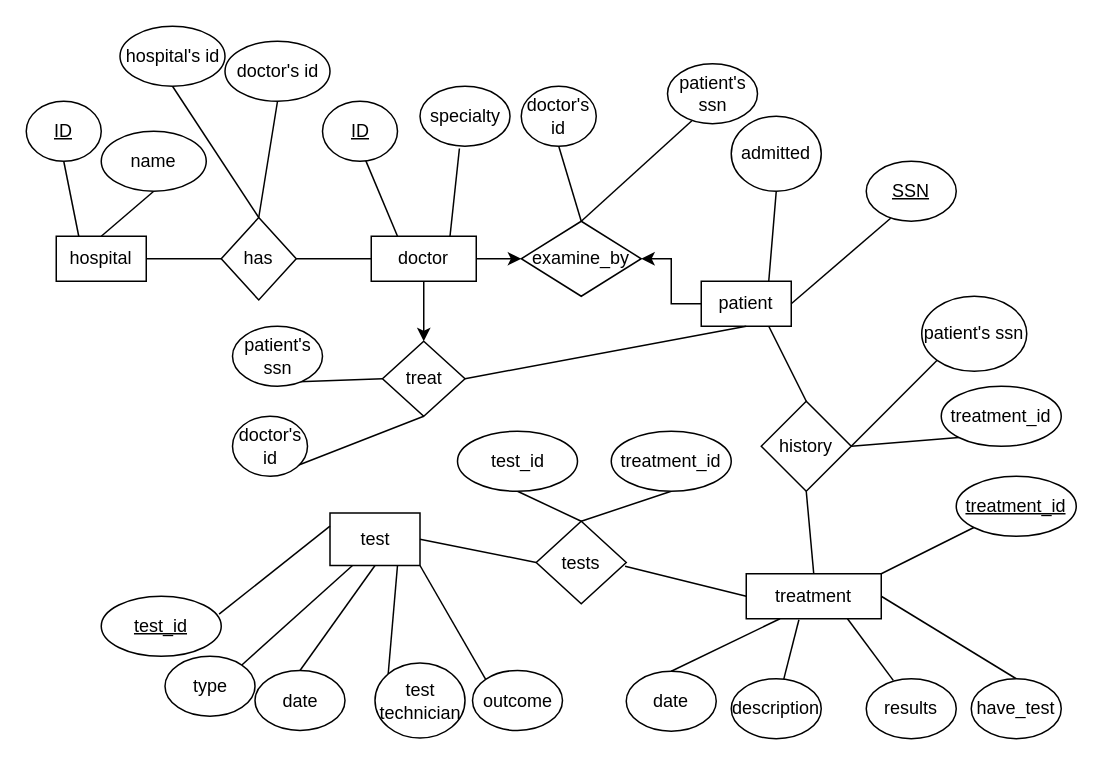
This is hw2_part9A.drawio from jamessu1201/Database_System, a draw.io file, before an edit. Source tidied: cells renumbered, new cells numbered last; positions are measured from the earlier drawing's top-left corner, leaving out a move shared by most shapes. Both pictures are drawn from the tidied source at 150%, with x=0, y=0 at pixel (26, 26).
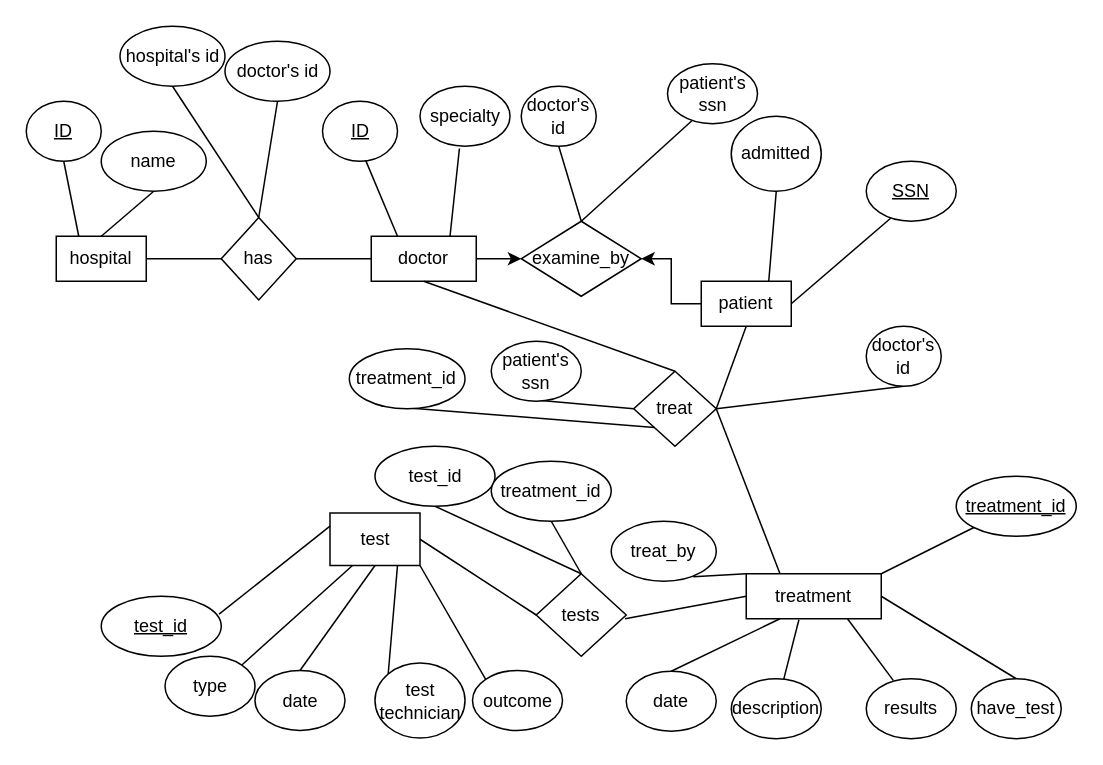
Above is the later version.

Unchanged cells that the change refers to:
```xml
<mxCell id="5" value="doctor" style="rounded=0;whiteSpace=wrap;html=1;" parent="1" vertex="1">
  <mxGeometry x="230" y="140" width="70" height="30" as="geometry" />
</mxCell>
<mxCell id="7" value="patient" style="rounded=0;whiteSpace=wrap;html=1;" parent="1" vertex="1">
  <mxGeometry x="450" y="170" width="60" height="30" as="geometry" />
</mxCell>
<mxCell id="12" value="treatment" style="rounded=0;whiteSpace=wrap;html=1;" parent="1" vertex="1">
  <mxGeometry x="480" y="365" width="90" height="30" as="geometry" />
</mxCell>
```

Diff of the diagram source:
```diff
@@
-    <mxCell id="4" style="edgeStyle=orthogonalEdgeStyle;rounded=0;jettySize=auto;html=1;" parent="1" edge="1" source="5" target="31">
-      <mxGeometry relative="1" as="geometry" />
-    </mxCell>
@@
     <mxCell id="31" value="treat" style="rhombus;whiteSpace=wrap;html=1;rounded=0;" parent="1" vertex="1">
-      <mxGeometry x="237.5" y="210" width="55" height="50" as="geometry" />
+      <mxGeometry x="405" y="230" width="55" height="50" as="geometry" />
     </mxCell>
@@
-    <mxCell id="38" value="history" style="rhombus;whiteSpace=wrap;html=1;" parent="1" vertex="1">
-      <mxGeometry x="490" y="250" width="60" height="60" as="geometry" />
-    </mxCell>
-    <mxCell id="39" style="endArrow=none;html=1;rounded=0;entryX=0.75;entryY=1;entryDx=0;entryDy=0;exitX=0.5;exitY=0;exitDx=0;exitDy=0;" parent="1" edge="1" source="38" target="7">
-      <mxGeometry relative="1" as="geometry" />
-    </mxCell>
-    <mxCell id="40" style="endArrow=none;html=1;rounded=0;entryX=0.5;entryY=1;entryDx=0;entryDy=0;exitX=0.5;exitY=0;exitDx=0;exitDy=0;" parent="1" edge="1" source="12" target="38">
-      <mxGeometry relative="1" as="geometry" />
-    </mxCell>
-    <mxCell id="41" style="endArrow=none;html=1;rounded=0;entryX=1;entryY=0.5;entryDx=0;entryDy=0;exitX=0;exitY=1;exitDx=0;exitDy=0;" parent="1" edge="1" source="42" target="38">
-      <mxGeometry relative="1" as="geometry" />
-    </mxCell>
-    <mxCell id="42" value="patient's ssn" style="ellipse;whiteSpace=wrap;html=1;" parent="1" vertex="1">
-      <mxGeometry x="597" y="180" width="70" height="50" as="geometry" />
-    </mxCell>
@@
     <mxCell id="44" value="tests" style="rhombus;whiteSpace=wrap;html=1;" parent="1" vertex="1">
-      <mxGeometry x="340" y="330" width="60" height="55" as="geometry" />
+      <mxGeometry x="340" y="365" width="60" height="55" as="geometry" />
     </mxCell>
@@
-    <mxCell id="48" style="endArrow=none;html=1;rounded=0;entryX=1;entryY=0.5;entryDx=0;entryDy=0;exitX=0;exitY=1;exitDx=0;exitDy=0;" parent="1" edge="1" source="49" target="38">
-      <mxGeometry relative="1" as="geometry" />
-    </mxCell>
-    <mxCell id="49" value="treatment_id" style="ellipse;whiteSpace=wrap;html=1;" parent="1" vertex="1">
-      <mxGeometry x="610" y="240" width="80" height="40" as="geometry" />
-    </mxCell>
@@
     <mxCell id="53" value="test_id" style="ellipse;whiteSpace=wrap;html=1;" parent="1" vertex="1">
-      <mxGeometry x="287.5" y="270" width="80" height="40" as="geometry" />
+      <mxGeometry x="232.5" y="280" width="80" height="40" as="geometry" />
     </mxCell>
@@
     <mxCell id="55" value="treatment_id" style="ellipse;whiteSpace=wrap;html=1;" parent="1" vertex="1">
-      <mxGeometry x="390" y="270" width="80" height="40" as="geometry" />
+      <mxGeometry x="310" y="290" width="80" height="40" as="geometry" />
     </mxCell>
@@
-    <mxCell id="60" style="endArrow=none;html=1;rounded=0;entryX=0.5;entryY=1;entryDx=0;entryDy=0;exitX=0.5;exitY=1;exitDx=0;exitDy=0;" parent="1" edge="1" source="61" target="31">
+    <mxCell id="60" style="endArrow=none;html=1;rounded=0;exitX=0.5;exitY=1;exitDx=0;exitDy=0;entryX=1;entryY=0.5;entryDx=0;entryDy=0;" parent="1" edge="1" source="61" target="31">
       <mxGeometry relative="1" as="geometry" />
     </mxCell>
     <mxCell id="61" value="doctor's id" style="ellipse;whiteSpace=wrap;html=1;" parent="1" vertex="1">
-      <mxGeometry x="137.5" y="260" width="50" height="40" as="geometry" />
+      <mxGeometry x="560" y="200" width="50" height="40" as="geometry" />
     </mxCell>
@@
     <mxCell id="63" value="patient's ssn" style="ellipse;whiteSpace=wrap;html=1;" parent="1" vertex="1">
-      <mxGeometry x="137.5" y="200" width="60" height="40" as="geometry" />
+      <mxGeometry x="310" y="210" width="60" height="40" as="geometry" />
     </mxCell>
@@
+    <mxCell id="74" style="endArrow=none;html=1;rounded=0;entryX=0.5;entryY=1;entryDx=0;entryDy=0;exitX=0.5;exitY=0;exitDx=0;exitDy=0;" parent="1" edge="1" source="31" target="5">
+      <mxGeometry relative="1" as="geometry" />
+    </mxCell>
+    <mxCell id="75" style="endArrow=none;html=1;rounded=0;entryX=0;entryY=0;entryDx=0;entryDy=0;exitX=0.781;exitY=0.924;exitDx=0;exitDy=0;exitPerimeter=0;" parent="1" edge="1" source="76" target="12">
+      <mxGeometry relative="1" as="geometry" />
+    </mxCell>
+    <mxCell id="76" value="treat_by" style="ellipse;whiteSpace=wrap;html=1;" parent="1" vertex="1">
+      <mxGeometry x="390" y="330" width="70" height="40" as="geometry" />
+    </mxCell>
+    <mxCell id="77" style="endArrow=none;html=1;rounded=0;exitX=1;exitY=0.5;exitDx=0;exitDy=0;entryX=0.25;entryY=0;entryDx=0;entryDy=0;" parent="1" edge="1" source="31" target="12">
+      <mxGeometry relative="1" as="geometry" />
+    </mxCell>
+    <mxCell id="78" style="endArrow=none;html=1;rounded=0;entryX=0;entryY=1;entryDx=0;entryDy=0;exitX=0.271;exitY=0.95;exitDx=0;exitDy=0;exitPerimeter=0;" parent="1" edge="1" source="49" target="31">
+      <mxGeometry relative="1" as="geometry" />
+    </mxCell>
+    <mxCell id="49" value="treatment_id" style="ellipse;whiteSpace=wrap;html=1;" parent="1" vertex="1">
+      <mxGeometry x="215.4" y="215" width="77.1" height="40" as="geometry" />
+    </mxCell>
```
